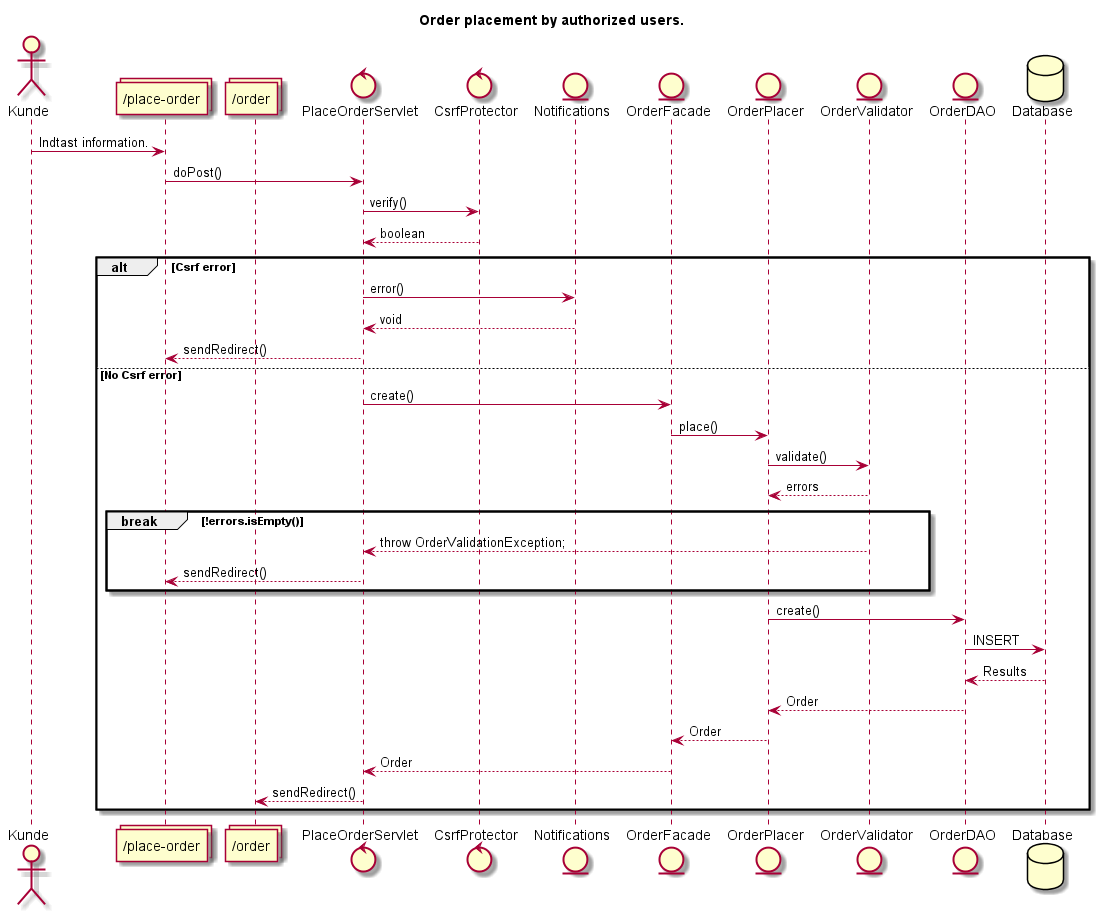
This is documentation/place_order_sequence.png from Thomas-Rosenkrans-Vestergaard/fog, a PlantUML export, as it was before one commit.
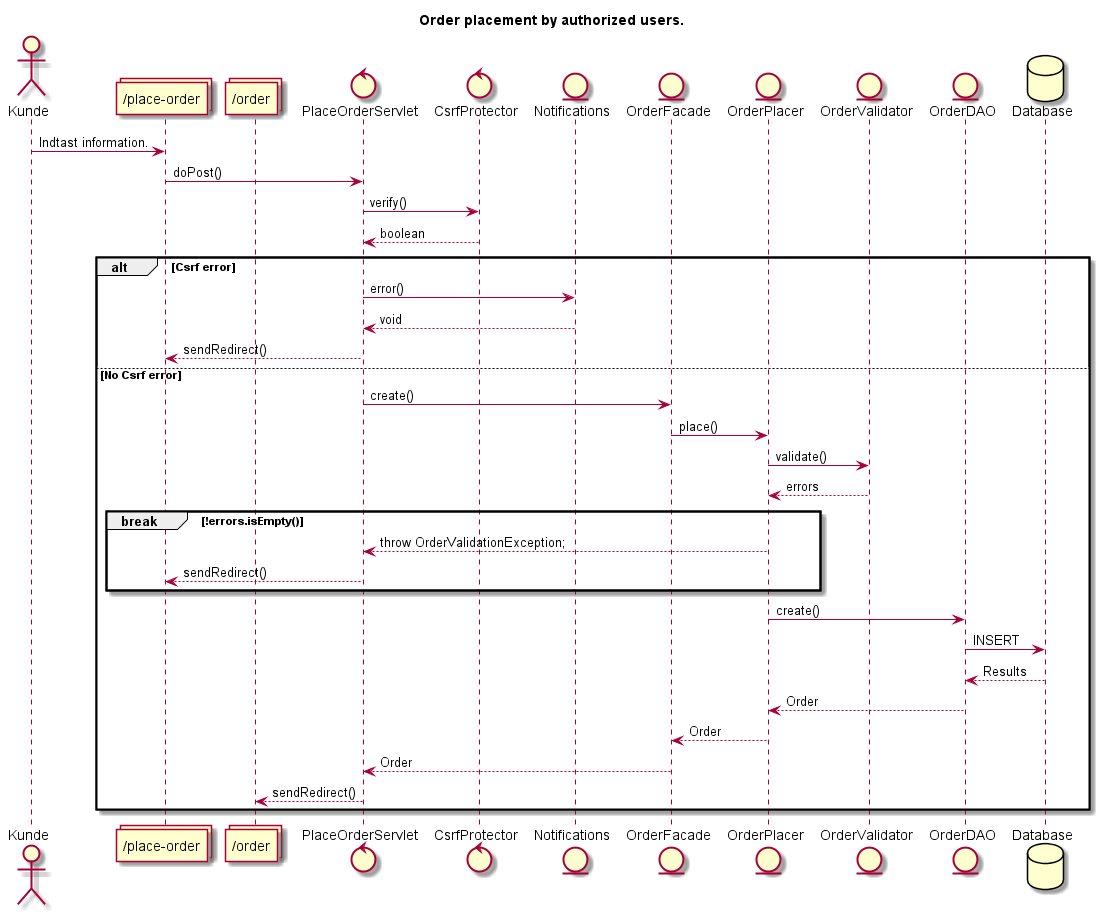
After the commit.

Commit message:
added servlet names to navigation diagram

What changed in the source:
```diff
@@ -29,7 +29,7 @@
     OrderPlacer -> OrderValidator : validate()
     OrderValidator --> OrderPlacer : errors
     break !errors.isEmpty()
-        OrderValidator --> Servlet : throw OrderValidationException;
+        OrderPlacer --> Servlet : throw OrderValidationException;
         Servlet --> PLACE_JSP : sendRedirect()
     end
     OrderPlacer -> OrderDAO : create()
```
